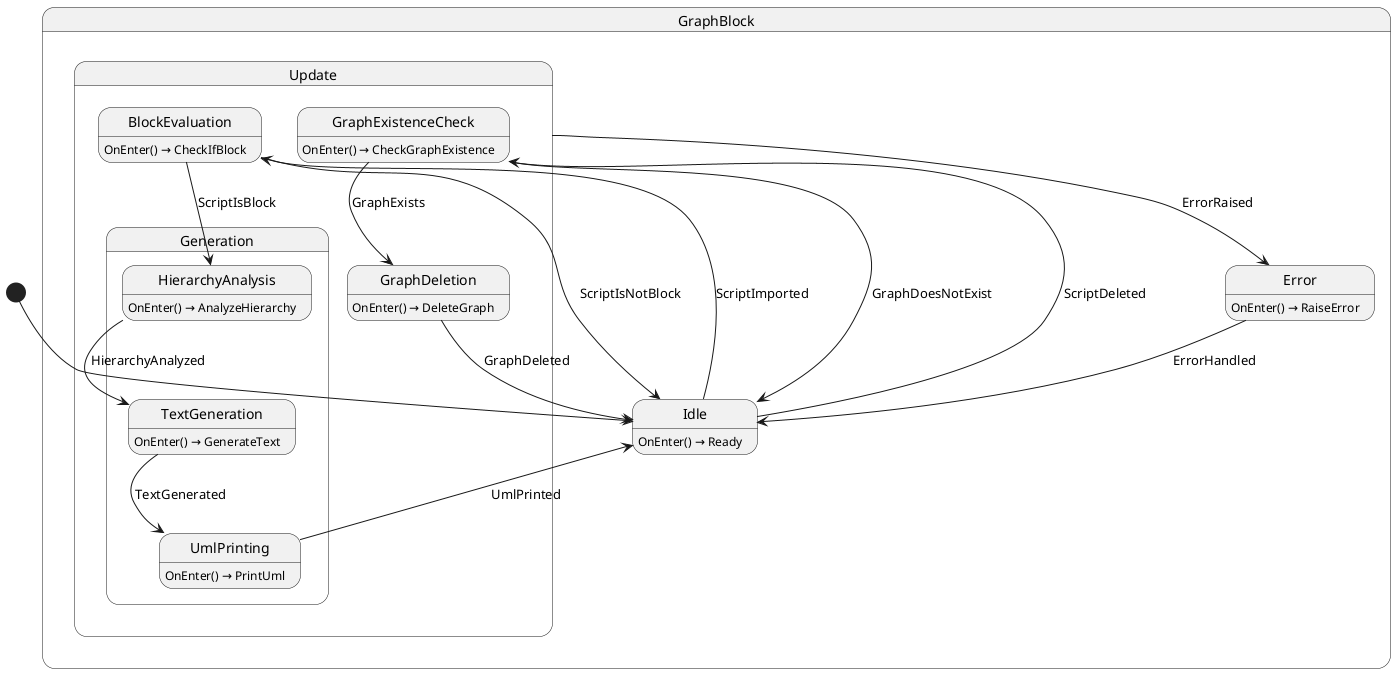
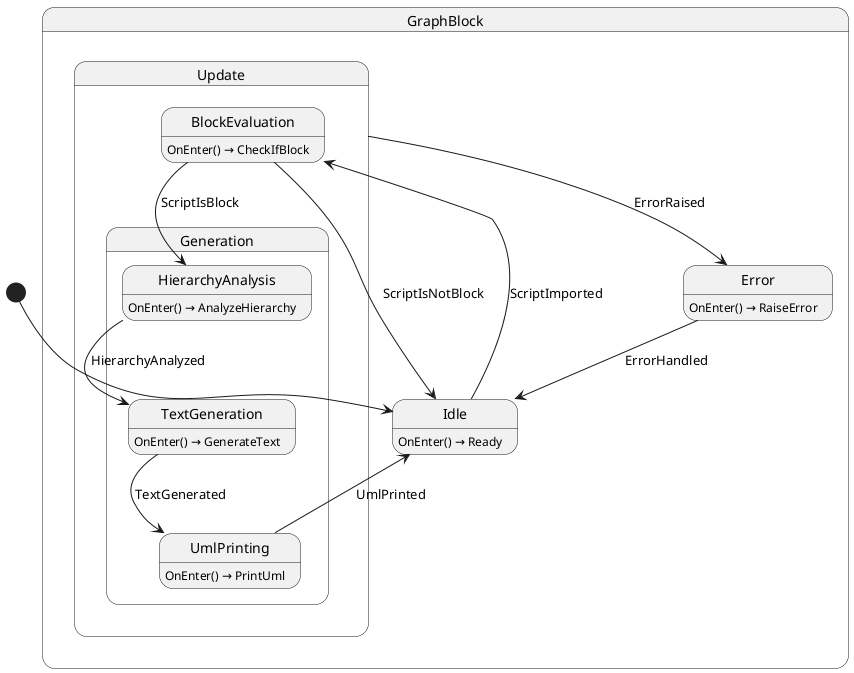
@startuml GraphBlock
state "GraphBlock" as Maze_StateFoundry_Editor_GraphBlock {
  state "Idle" as Maze_StateFoundry_Editor_GraphBlock_Idle {
  }
  state "Update" as Maze_StateFoundry_Editor_GraphBlock_Update {
-     state "GraphExistenceCheck" as Maze_StateFoundry_Editor_GraphBlock_Update_GraphExistenceCheck {
-     }
-     state "GraphDeletion" as Maze_StateFoundry_Editor_GraphBlock_Update_GraphDeletion {
-     }
    state "BlockEvaluation" as Maze_StateFoundry_Editor_GraphBlock_Update_BlockEvaluation {
    }
    state "Generation" as Maze_StateFoundry_Editor_GraphBlock_Update_Generation {
      state "HierarchyAnalysis" as Maze_StateFoundry_Editor_GraphBlock_Update_Generation_HierarchyAnalysis {
      }
      state "TextGeneration" as Maze_StateFoundry_Editor_GraphBlock_Update_Generation_TextGeneration {
      }
      state "UmlPrinting" as Maze_StateFoundry_Editor_GraphBlock_Update_Generation_UmlPrinting {
      }
    }
  }
  state "Error" as Maze_StateFoundry_Editor_GraphBlock_Error {
  }
}
- Maze_StateFoundry_Editor_GraphBlock_Idle --> Maze_StateFoundry_Editor_GraphBlock_Update_GraphExistenceCheck : ScriptDeleted
Maze_StateFoundry_Editor_GraphBlock_Idle --> Maze_StateFoundry_Editor_GraphBlock_Update_BlockEvaluation : ScriptImported
- Maze_StateFoundry_Editor_GraphBlock_Update_GraphExistenceCheck --> Maze_StateFoundry_Editor_GraphBlock_Idle : GraphDoesNotExist
- Maze_StateFoundry_Editor_GraphBlock_Update_GraphExistenceCheck --> Maze_StateFoundry_Editor_GraphBlock_Update_GraphDeletion : GraphExists
+ Maze_StateFoundry_Editor_GraphBlock_Update_BlockEvaluation --> Maze_StateFoundry_Editor_GraphBlock_Idle : ScriptIsNotBlock
+ Maze_StateFoundry_Editor_GraphBlock_Update_BlockEvaluation --> Maze_StateFoundry_Editor_GraphBlock_Update_Generation_HierarchyAnalysis : ScriptIsBlock
Maze_StateFoundry_Editor_GraphBlock_Update --> Maze_StateFoundry_Editor_GraphBlock_Error : ErrorRaised
Maze_StateFoundry_Editor_GraphBlock_Error --> Maze_StateFoundry_Editor_GraphBlock_Idle : ErrorHandled
- Maze_StateFoundry_Editor_GraphBlock_Update_GraphDeletion --> Maze_StateFoundry_Editor_GraphBlock_Idle : GraphDeleted
- Maze_StateFoundry_Editor_GraphBlock_Update_BlockEvaluation --> Maze_StateFoundry_Editor_GraphBlock_Idle : ScriptIsNotBlock
- Maze_StateFoundry_Editor_GraphBlock_Update_BlockEvaluation --> Maze_StateFoundry_Editor_GraphBlock_Update_Generation_HierarchyAnalysis : ScriptIsBlock
Maze_StateFoundry_Editor_GraphBlock_Update_Generation_HierarchyAnalysis --> Maze_StateFoundry_Editor_GraphBlock_Update_Generation_TextGeneration : HierarchyAnalyzed
Maze_StateFoundry_Editor_GraphBlock_Update_Generation_TextGeneration --> Maze_StateFoundry_Editor_GraphBlock_Update_Generation_UmlPrinting : TextGenerated
Maze_StateFoundry_Editor_GraphBlock_Update_Generation_UmlPrinting --> Maze_StateFoundry_Editor_GraphBlock_Idle : UmlPrinted
Maze_StateFoundry_Editor_GraphBlock_Idle : OnEnter() → Ready
- Maze_StateFoundry_Editor_GraphBlock_Update_GraphExistenceCheck : OnEnter() → CheckGraphExistence
+ Maze_StateFoundry_Editor_GraphBlock_Update_BlockEvaluation : OnEnter() → CheckIfBlock
Maze_StateFoundry_Editor_GraphBlock_Error : OnEnter() → RaiseError
- Maze_StateFoundry_Editor_GraphBlock_Update_GraphDeletion : OnEnter() → DeleteGraph
- Maze_StateFoundry_Editor_GraphBlock_Update_BlockEvaluation : OnEnter() → CheckIfBlock
Maze_StateFoundry_Editor_GraphBlock_Update_Generation_HierarchyAnalysis : OnEnter() → AnalyzeHierarchy
Maze_StateFoundry_Editor_GraphBlock_Update_Generation_TextGeneration : OnEnter() → GenerateText
Maze_StateFoundry_Editor_GraphBlock_Update_Generation_UmlPrinting : OnEnter() → PrintUml
[*] --> Maze_StateFoundry_Editor_GraphBlock_Idle
@enduml
